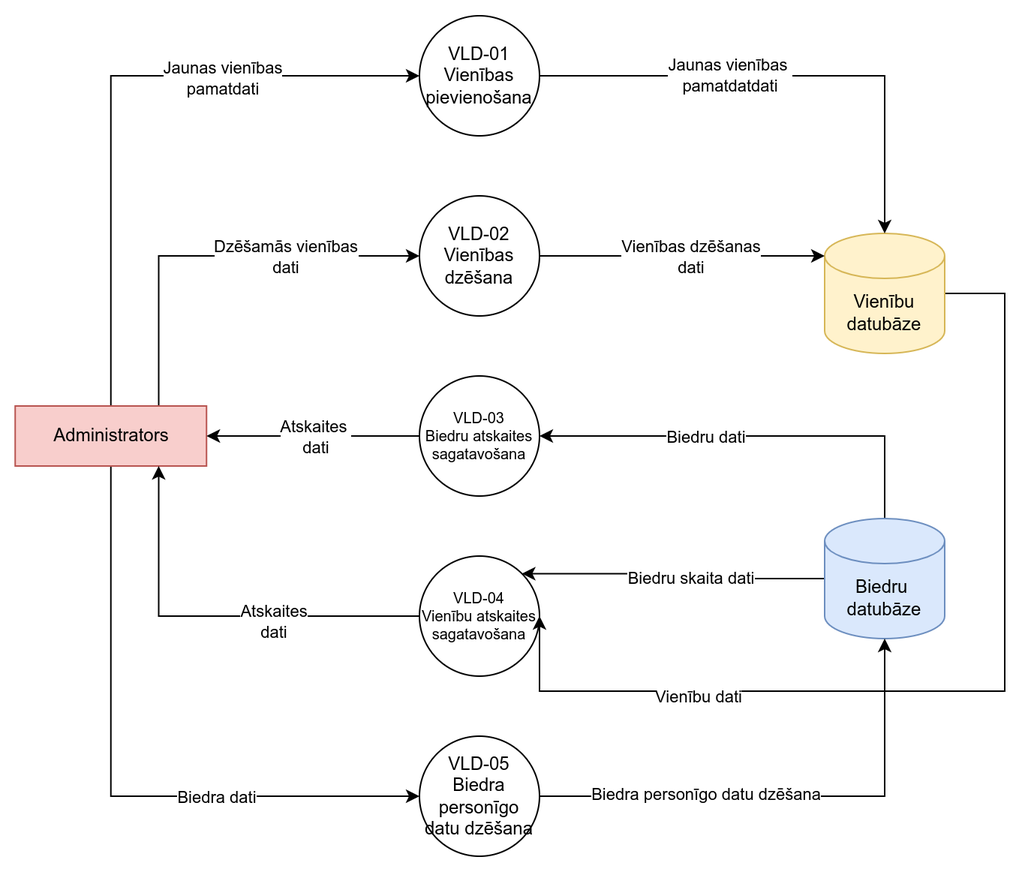
Before: Documentation/2_limena_VLD_DPD.png, a diagram exported from draw.io (JekabsVanags/LSGCO_IS). Source tidied: cells renumbered, new cells last; positions are measured from the earlier drawing's top-left corner, leaving out a move shared by most shapes.
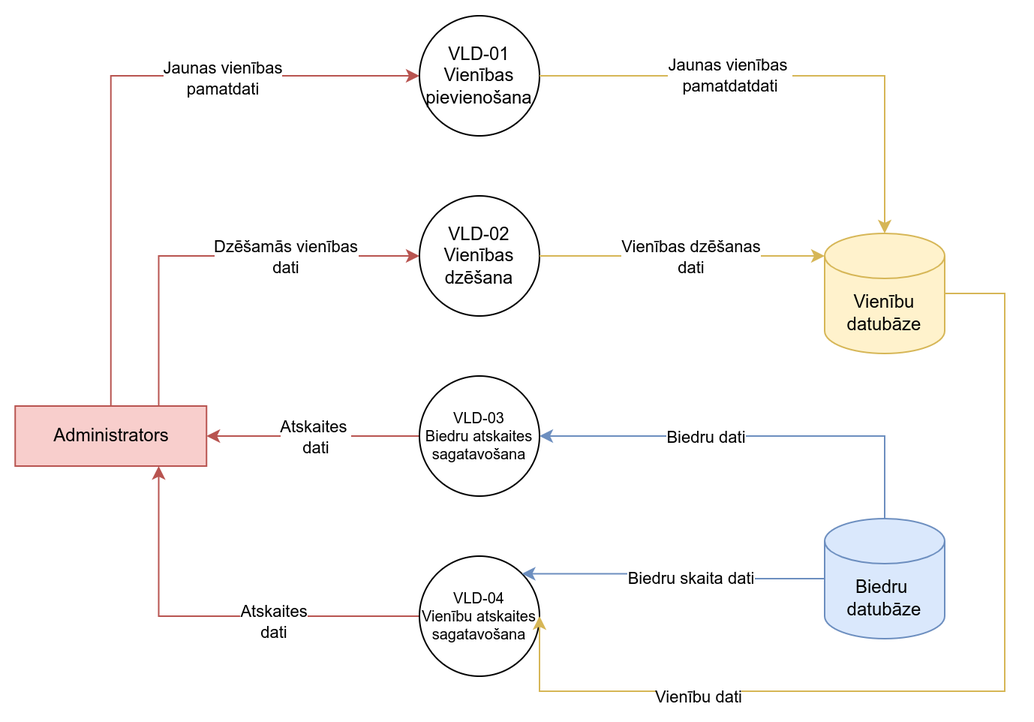
The same file after the commit.

The edit, as a diff of the source:
```diff
@@ -2,13 +2,13 @@
   <root>
     <mxCell id="0" />
     <mxCell id="1" parent="0" />
-    <mxCell id="2" style="edgeStyle=orthogonalEdgeStyle;rounded=0;jettySize=auto;html=1;exitX=0.5;exitY=0;exitDx=0;exitDy=0;entryX=0;entryY=0.5;entryDx=0;entryDy=0;" parent="1" edge="1" source="8" target="9">
+    <mxCell id="2" style="edgeStyle=orthogonalEdgeStyle;rounded=0;jettySize=auto;html=1;exitX=0.5;exitY=0;exitDx=0;exitDy=0;entryX=0;entryY=0.5;entryDx=0;entryDy=0;fillColor=#f8cecc;strokeColor=#b85450;" parent="1" edge="1" source="8" target="9">
       <mxGeometry relative="1" as="geometry" />
     </mxCell>
     <mxCell id="3" value="Jaunas vienības &lt;br&gt;pamatdati" style="edgeLabel;html=1;align=center;verticalAlign=middle;" parent="2" vertex="1">
       <mxGeometry x="0.38" y="-1" relative="1" as="geometry" />
     </mxCell>
-    <mxCell id="4" style="edgeStyle=orthogonalEdgeStyle;rounded=0;jettySize=auto;html=1;exitX=0.75;exitY=0;exitDx=0;exitDy=0;entryX=0;entryY=0.5;entryDx=0;entryDy=0;" parent="1" edge="1" source="8" target="10">
+    <mxCell id="4" style="edgeStyle=orthogonalEdgeStyle;rounded=0;jettySize=auto;html=1;exitX=0.75;exitY=0;exitDx=0;exitDy=0;entryX=0;entryY=0.5;entryDx=0;entryDy=0;fillColor=#f8cecc;strokeColor=#b85450;" parent="1" edge="1" source="8" target="10">
       <mxGeometry relative="1" as="geometry" />
     </mxCell>
     <mxCell id="5" value="Dzēšamās vienības&lt;br&gt;dati" style="edgeLabel;html=1;align=center;verticalAlign=middle;" parent="4" vertex="1">
@@ -16,12 +16,6 @@
         <mxPoint x="28" y="1" as="offset" />
       </mxGeometry>
     </mxCell>
-    <mxCell id="6" style="edgeStyle=orthogonalEdgeStyle;rounded=0;jettySize=auto;html=1;exitX=0.5;exitY=1;exitDx=0;exitDy=0;entryX=0;entryY=0.5;entryDx=0;entryDy=0;" parent="1" edge="1" source="8" target="17">
-      <mxGeometry relative="1" as="geometry" />
-    </mxCell>
-    <mxCell id="7" value="Biedra dati" style="edgeLabel;html=1;align=center;verticalAlign=middle;" parent="6" vertex="1">
-      <mxGeometry x="0.36" relative="1" as="geometry" />
-    </mxCell>
     <mxCell id="8" value="Administrators" style="rounded=0;whiteSpace=wrap;html=1;fillColor=#f8cecc;strokeColor=#b85450;fontColor=#000000;" parent="1" vertex="1">
       <mxGeometry x="-0.4" y="260" width="127.5" height="40" as="geometry" />
     </mxCell>
@@ -31,7 +25,7 @@
     <mxCell id="10" value="VLD-02&lt;br&gt;Vienības dzēšana" style="ellipse;whiteSpace=wrap;html=1;" parent="1" vertex="1">
       <mxGeometry x="269" y="120" width="80" height="80" as="geometry" />
     </mxCell>
-    <mxCell id="11" style="edgeStyle=orthogonalEdgeStyle;rounded=0;jettySize=auto;html=1;exitX=0;exitY=0.5;exitDx=0;exitDy=0;entryX=1;entryY=0.5;entryDx=0;entryDy=0;" parent="1" edge="1" source="13" target="8">
+    <mxCell id="11" style="edgeStyle=orthogonalEdgeStyle;rounded=0;jettySize=auto;html=1;exitX=0;exitY=0.5;exitDx=0;exitDy=0;entryX=1;entryY=0.5;entryDx=0;entryDy=0;fillColor=#f8cecc;strokeColor=#b85450;" parent="1" edge="1" source="13" target="8">
       <mxGeometry relative="1" as="geometry" />
     </mxCell>
     <mxCell id="12" value="Atskaites&amp;nbsp;&lt;br&gt;dati" style="edgeLabel;html=1;align=center;verticalAlign=middle;" parent="11" vertex="1">
@@ -42,7 +36,7 @@
     <mxCell id="13" value="VLD-03&lt;br&gt;Biedru atskaites sagatavošana" style="ellipse;whiteSpace=wrap;html=1;fontSize=10;" parent="1" vertex="1">
       <mxGeometry x="269" y="240" width="80" height="80" as="geometry" />
     </mxCell>
-    <mxCell id="14" style="edgeStyle=orthogonalEdgeStyle;rounded=0;jettySize=auto;html=1;exitX=0;exitY=0.5;exitDx=0;exitDy=0;entryX=0.75;entryY=1;entryDx=0;entryDy=0;" parent="1" edge="1" source="16" target="8">
+    <mxCell id="14" style="edgeStyle=orthogonalEdgeStyle;rounded=0;jettySize=auto;html=1;exitX=0;exitY=0.5;exitDx=0;exitDy=0;entryX=0.75;entryY=1;entryDx=0;entryDy=0;fillColor=#f8cecc;strokeColor=#b85450;" parent="1" edge="1" source="16" target="8">
       <mxGeometry relative="1" as="geometry" />
     </mxCell>
     <mxCell id="15" value="Atskaites &lt;br&gt;dati" style="edgeLabel;html=1;align=center;verticalAlign=middle;" parent="14" vertex="1">
@@ -51,10 +45,7 @@
     <mxCell id="16" value="VLD-04&lt;br&gt;Vienību atskaites sagatavošana" style="ellipse;whiteSpace=wrap;html=1;fontSize=10;" parent="1" vertex="1">
       <mxGeometry x="269" y="360" width="80" height="80" as="geometry" />
     </mxCell>
-    <mxCell id="17" value="VLD-05&lt;br&gt;Biedra personīgo datu dzēšana" style="ellipse;whiteSpace=wrap;html=1;" parent="1" vertex="1">
-      <mxGeometry x="269" y="480" width="80" height="80" as="geometry" />
-    </mxCell>
-    <mxCell id="18" style="edgeStyle=orthogonalEdgeStyle;rounded=0;jettySize=auto;html=1;exitX=0;exitY=0.5;exitDx=0;exitDy=0;exitPerimeter=0;entryX=1;entryY=0.5;entryDx=0;entryDy=0;" parent="1" edge="1" source="20" target="16">
+    <mxCell id="18" style="edgeStyle=orthogonalEdgeStyle;rounded=0;jettySize=auto;html=1;exitX=0;exitY=0.5;exitDx=0;exitDy=0;exitPerimeter=0;entryX=1;entryY=0.5;entryDx=0;entryDy=0;fillColor=#fff2cc;strokeColor=#d6b656;" parent="1" edge="1" source="20" target="16">
       <mxGeometry relative="1" as="geometry">
         <Array as="points">
           <mxPoint x="659" y="185" />
@@ -69,7 +60,7 @@
     <mxCell id="20" value="Vienību datubāze" style="shape=cylinder3;whiteSpace=wrap;html=1;boundedLbl=1;backgroundOutline=1;size=15;fillColor=#fff2cc;strokeColor=#d6b656;fontColor=#000000;" parent="1" vertex="1">
       <mxGeometry x="539" y="145" width="80" height="80" as="geometry" />
     </mxCell>
-    <mxCell id="21" style="edgeStyle=orthogonalEdgeStyle;rounded=0;jettySize=auto;html=1;exitX=0.5;exitY=0;exitDx=0;exitDy=0;exitPerimeter=0;entryX=1;entryY=0.5;entryDx=0;entryDy=0;" parent="1" edge="1" source="25" target="13">
+    <mxCell id="21" style="edgeStyle=orthogonalEdgeStyle;rounded=0;jettySize=auto;html=1;exitX=0.5;exitY=0;exitDx=0;exitDy=0;exitPerimeter=0;entryX=1;entryY=0.5;entryDx=0;entryDy=0;fillColor=#dae8fc;strokeColor=#6c8ebf;" parent="1" edge="1" source="25" target="13">
       <mxGeometry relative="1" as="geometry" />
     </mxCell>
     <mxCell id="22" value="Biedru dati" style="edgeLabel;html=1;align=center;verticalAlign=middle;" parent="21" vertex="1">
@@ -77,7 +68,7 @@
         <mxPoint x="31" as="offset" />
       </mxGeometry>
     </mxCell>
-    <mxCell id="23" style="edgeStyle=orthogonalEdgeStyle;rounded=0;jettySize=auto;html=1;exitX=0;exitY=0.5;exitDx=0;exitDy=0;exitPerimeter=0;entryX=1;entryY=0;entryDx=0;entryDy=0;" parent="1" edge="1" source="25" target="16">
+    <mxCell id="23" style="edgeStyle=orthogonalEdgeStyle;rounded=0;jettySize=auto;html=1;exitX=0;exitY=0.5;exitDx=0;exitDy=0;exitPerimeter=0;entryX=1;entryY=0;entryDx=0;entryDy=0;fillColor=#dae8fc;strokeColor=#6c8ebf;" parent="1" edge="1" source="25" target="16">
       <mxGeometry relative="1" as="geometry" />
     </mxCell>
     <mxCell id="24" value="Biedru skaita dati" style="edgeLabel;html=1;align=center;verticalAlign=middle;" parent="23" vertex="1">
@@ -88,13 +79,13 @@
     <mxCell id="25" value="Biedru&amp;nbsp;&lt;br&gt;datubāze" style="shape=cylinder3;whiteSpace=wrap;html=1;boundedLbl=1;backgroundOutline=1;size=15;fillColor=#dae8fc;strokeColor=#6c8ebf;fontColor=#000000;" parent="1" vertex="1">
       <mxGeometry x="539" y="335" width="80" height="80" as="geometry" />
     </mxCell>
-    <mxCell id="26" style="edgeStyle=orthogonalEdgeStyle;rounded=0;jettySize=auto;html=1;exitX=1;exitY=0.5;exitDx=0;exitDy=0;entryX=0.5;entryY=0;entryDx=0;entryDy=0;entryPerimeter=0;" parent="1" edge="1" source="9" target="20">
+    <mxCell id="26" style="edgeStyle=orthogonalEdgeStyle;rounded=0;jettySize=auto;html=1;exitX=1;exitY=0.5;exitDx=0;exitDy=0;entryX=0.5;entryY=0;entryDx=0;entryDy=0;entryPerimeter=0;fillColor=#fff2cc;strokeColor=#d6b656;" parent="1" edge="1" source="9" target="20">
       <mxGeometry relative="1" as="geometry" />
     </mxCell>
     <mxCell id="27" value="Jaunas vienības&amp;nbsp;&lt;br&gt;pamatdatdati" style="edgeLabel;html=1;align=center;verticalAlign=middle;" parent="26" vertex="1">
       <mxGeometry x="-0.25" y="1" relative="1" as="geometry" />
     </mxCell>
-    <mxCell id="28" style="edgeStyle=orthogonalEdgeStyle;rounded=0;jettySize=auto;html=1;exitX=1;exitY=0.5;exitDx=0;exitDy=0;entryX=0;entryY=0;entryDx=0;entryDy=15;entryPerimeter=0;" parent="1" edge="1" source="10" target="20">
+    <mxCell id="28" style="edgeStyle=orthogonalEdgeStyle;rounded=0;jettySize=auto;html=1;exitX=1;exitY=0.5;exitDx=0;exitDy=0;entryX=0;entryY=0;entryDx=0;entryDy=15;entryPerimeter=0;fillColor=#fff2cc;strokeColor=#d6b656;" parent="1" edge="1" source="10" target="20">
       <mxGeometry relative="1" as="geometry" />
     </mxCell>
     <mxCell id="29" value="Vienības dzēšanas &lt;br&gt;dati" style="edgeLabel;html=1;align=center;verticalAlign=middle;" parent="28" vertex="1">
@@ -102,13 +93,5 @@
         <mxPoint x="28" y="-1" as="offset" />
       </mxGeometry>
     </mxCell>
-    <mxCell id="30" style="edgeStyle=orthogonalEdgeStyle;rounded=0;jettySize=auto;html=1;exitX=1;exitY=0.5;exitDx=0;exitDy=0;entryX=0.5;entryY=1;entryDx=0;entryDy=0;entryPerimeter=0;" parent="1" edge="1" source="17" target="25">
-      <mxGeometry relative="1" as="geometry" />
-    </mxCell>
-    <mxCell id="31" value="Biedra personīgo datu dzēšana" style="edgeLabel;html=1;align=center;verticalAlign=middle;" parent="30" vertex="1">
-      <mxGeometry x="-0.46" y="2" relative="1" as="geometry">
-        <mxPoint x="20" as="offset" />
-      </mxGeometry>
-    </mxCell>
   </root>
 </mxGraphModel>
```
